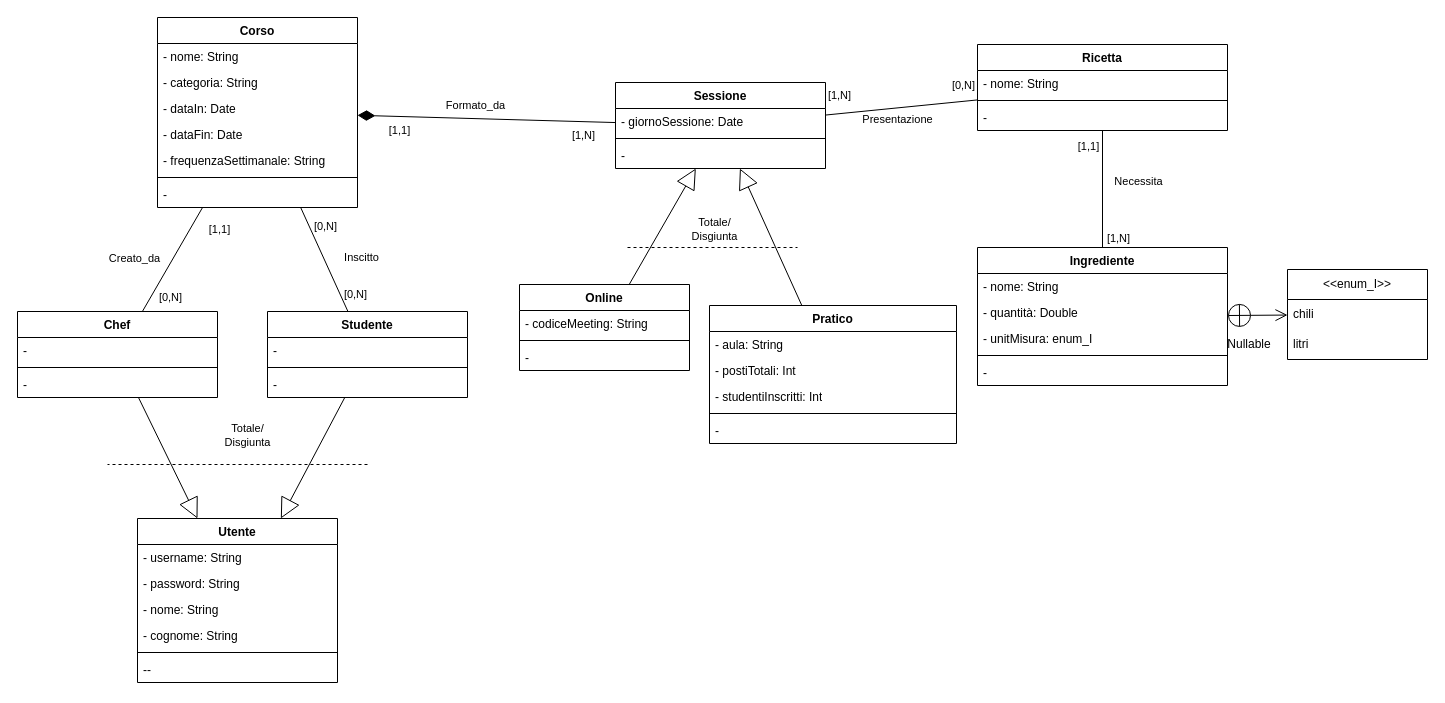
Above: page "umlNonRistrutturato" (1 of 4) of bdd/uml/UML1.drawio in MetisWastaken/UninaFoodLab (draw.io), before the change. Source tidied: cells renumbered, new cells numbered last; positions are measured from the earlier drawing's top-left corner, leaving out a move shared by most shapes. Both pictures are drawn from the tidied source at 100%, with x=0, y=0 at pixel (17, 17).
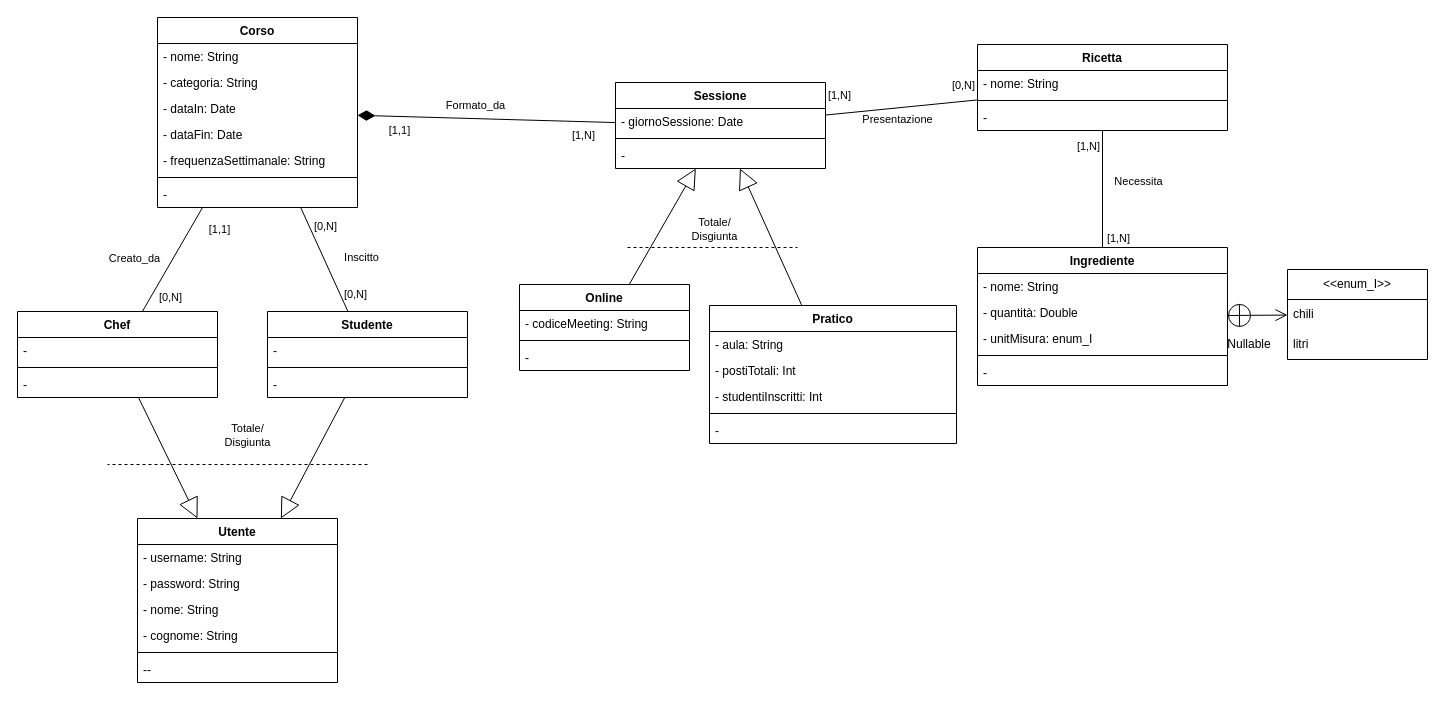
The same diagram, later.

The change refers to these unchanged cells:
```xml
<mxCell id="43" style="rounded=0;jettySize=auto;html=1;endArrow=none;endFill=0;" parent="1" edge="1" source="47" target="71">
  <mxGeometry relative="1" as="geometry" />
</mxCell>
```

Diff of the diagram source:
```diff
@@
-    <mxCell id="45" value="[1,1]" style="edgeLabel;html=1;align=center;verticalAlign=middle;" parent="43" vertex="1">
+    <mxCell id="45" value="[1,N]" style="edgeLabel;html=1;align=center;verticalAlign=middle;" parent="43" vertex="1">
       <mxGeometry x="-0.74" y="-1" relative="1" as="geometry">
         <mxPoint x="-14" as="offset" />
       </mxGeometry>
     </mxCell>
```
